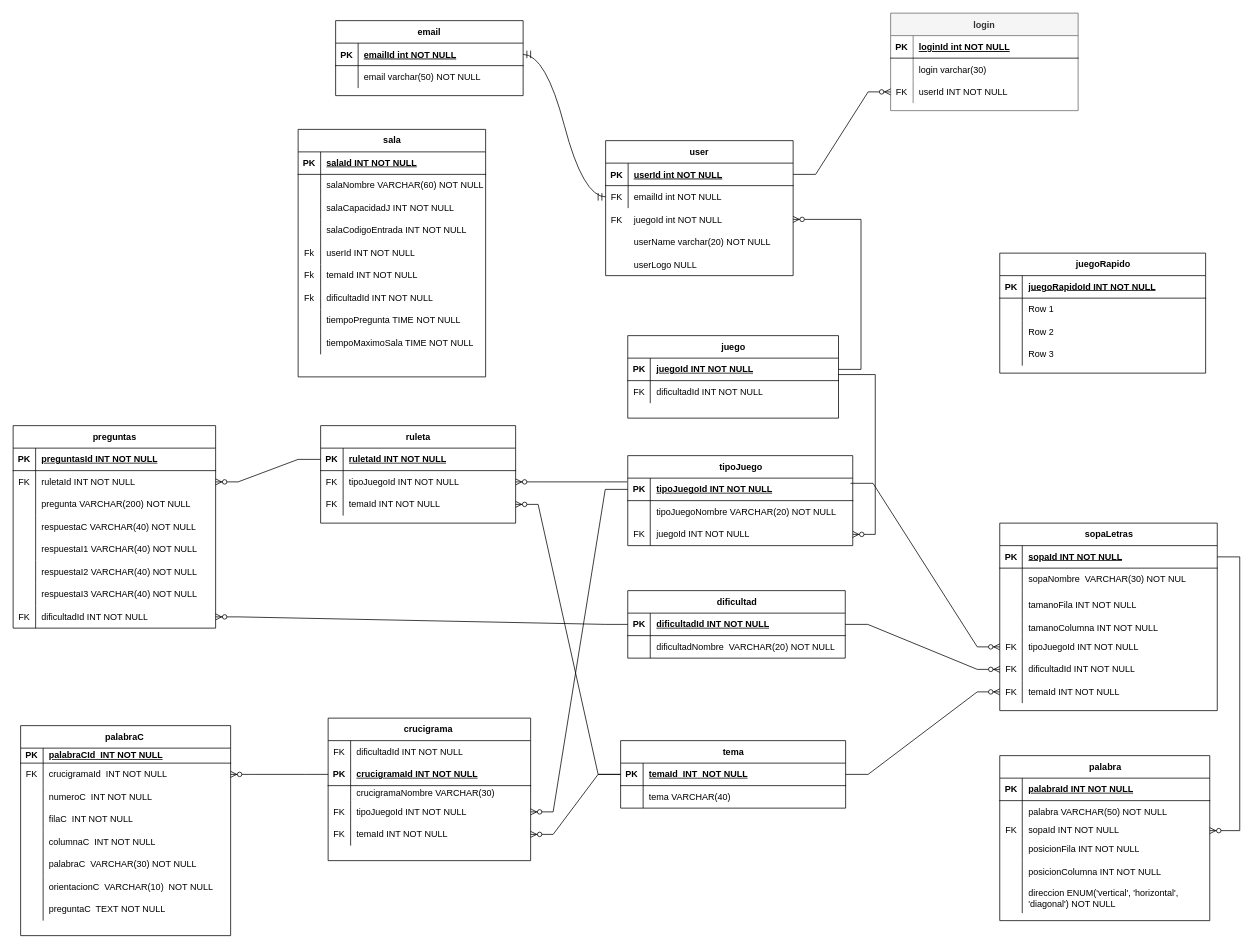
This is MER/MER_juego.drawio from MasacradorM/juegoConjuntos, a draw.io file, before an edit. Source tidied: cells renumbered, new cells numbered last; positions are measured from the earlier drawing's top-left corner, leaving out a move shared by most shapes. Both pictures are drawn from the tidied source at 75%, with x=0, y=0 at pixel (13, 13).
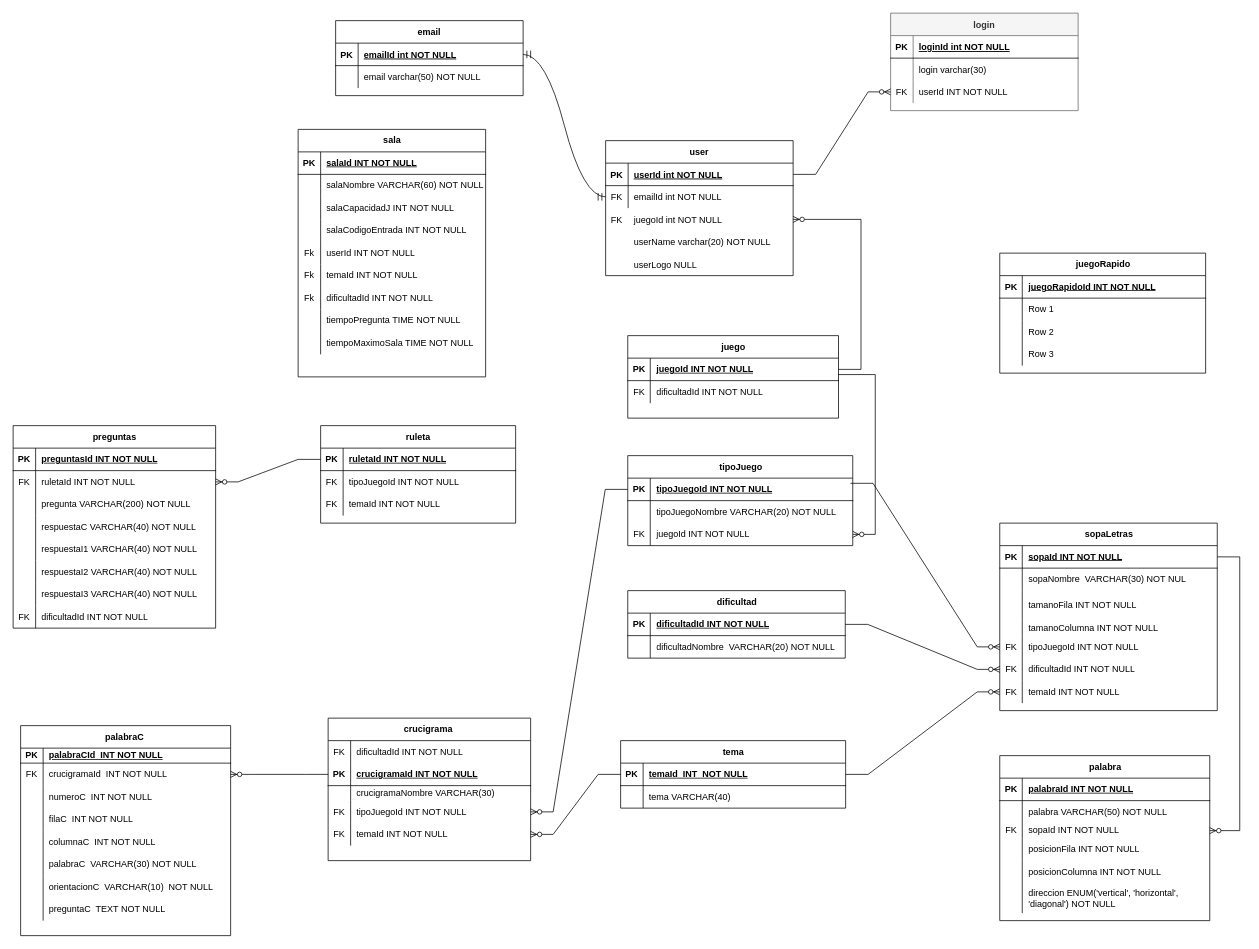
Above is the later version.

Unchanged cells that the change refers to:
```xml
<mxCell id="40" style="shape=tableRow;horizontal=0;startSize=0;swimlaneHead=0;swimlaneBody=0;fillColor=none;points=[[0,0.5],[1,0.5]];portConstraint=eastwest;top=0;left=0;right=0;bottom=1;" parent="39" vertex="1">
  <mxGeometry y="30" width="300" height="30" as="geometry" />
</mxCell>
<mxCell id="132" style="shape=tableRow;horizontal=0;startSize=0;swimlaneHead=0;swimlaneBody=0;fillColor=none;points=[[0,0.5],[1,0.5]];portConstraint=eastwest;top=0;left=0;right=0;bottom=1;" parent="131" vertex="1">
  <mxGeometry y="30" width="300" height="30" as="geometry" />
</mxCell>
<mxCell id="151" style="shape=tableRow;horizontal=0;startSize=0;swimlaneHead=0;swimlaneBody=0;fillColor=none;points=[[0,0.5],[1,0.5]];portConstraint=eastwest;top=0;left=0;right=0;bottom=0;" parent="147" vertex="1">
  <mxGeometry y="60" width="260" height="30" as="geometry" />
</mxCell>
<mxCell id="154" style="shape=tableRow;horizontal=0;startSize=0;swimlaneHead=0;swimlaneBody=0;fillColor=none;points=[[0,0.5],[1,0.5]];portConstraint=eastwest;top=0;left=0;right=0;bottom=0;" parent="147" vertex="1">
  <mxGeometry y="90" width="260" height="30" as="geometry" />
</mxCell>
<mxCell id="179" style="shape=tableRow;horizontal=0;startSize=0;swimlaneHead=0;swimlaneBody=0;fillColor=none;points=[[0,0.5],[1,0.5]];portConstraint=eastwest;top=0;left=0;right=0;bottom=0;" parent="157" vertex="1">
  <mxGeometry y="240" width="270" height="30" as="geometry" />
</mxCell>
<mxCell id="186" style="shape=tableRow;horizontal=0;startSize=0;swimlaneHead=0;swimlaneBody=0;fillColor=none;points=[[0,0.5],[1,0.5]];portConstraint=eastwest;top=0;left=0;right=0;bottom=1;" parent="185" vertex="1">
  <mxGeometry y="30" width="290" height="30" as="geometry" />
</mxCell>
```

Change to the diagram source:
```diff
@@
-    <mxCell id="182" style="edgeStyle=entityRelationEdgeStyle;fontSize=12;html=1;endArrow=ERzeroToMany;endFill=1;rounded=0;exitX=-0.003;exitY=0.167;exitDx=0;exitDy=0;exitPerimeter=0;entryX=1;entryY=0.5;entryDx=0;entryDy=0;" parent="1" edge="1" source="40" target="151">
-      <mxGeometry relative="1" as="geometry">
-        <Array as="points">
-          <mxPoint x="539.5" y="410" />
-          <mxPoint x="689.5" y="440" />
-        </Array>
-      </mxGeometry>
-    </mxCell>
-    <mxCell id="183" style="edgeStyle=entityRelationEdgeStyle;fontSize=12;html=1;endArrow=ERzeroToMany;endFill=1;rounded=0;entryX=1;entryY=0.5;entryDx=0;entryDy=0;exitX=0;exitY=0.5;exitDx=0;exitDy=0;" parent="1" edge="1" source="132" target="154">
-      <mxGeometry relative="1" as="geometry">
-        <Array as="points">
-          <mxPoint x="750" y="790" />
-        </Array>
-      </mxGeometry>
-    </mxCell>
@@
-    <mxCell id="193" style="edgeStyle=entityRelationEdgeStyle;fontSize=12;html=1;endArrow=ERzeroToMany;endFill=1;rounded=0;entryX=1;entryY=0.5;entryDx=0;entryDy=0;exitX=0;exitY=0.5;exitDx=0;exitDy=0;" parent="1" edge="1" source="186" target="179">
-      <mxGeometry relative="1" as="geometry" />
-    </mxCell>
```
